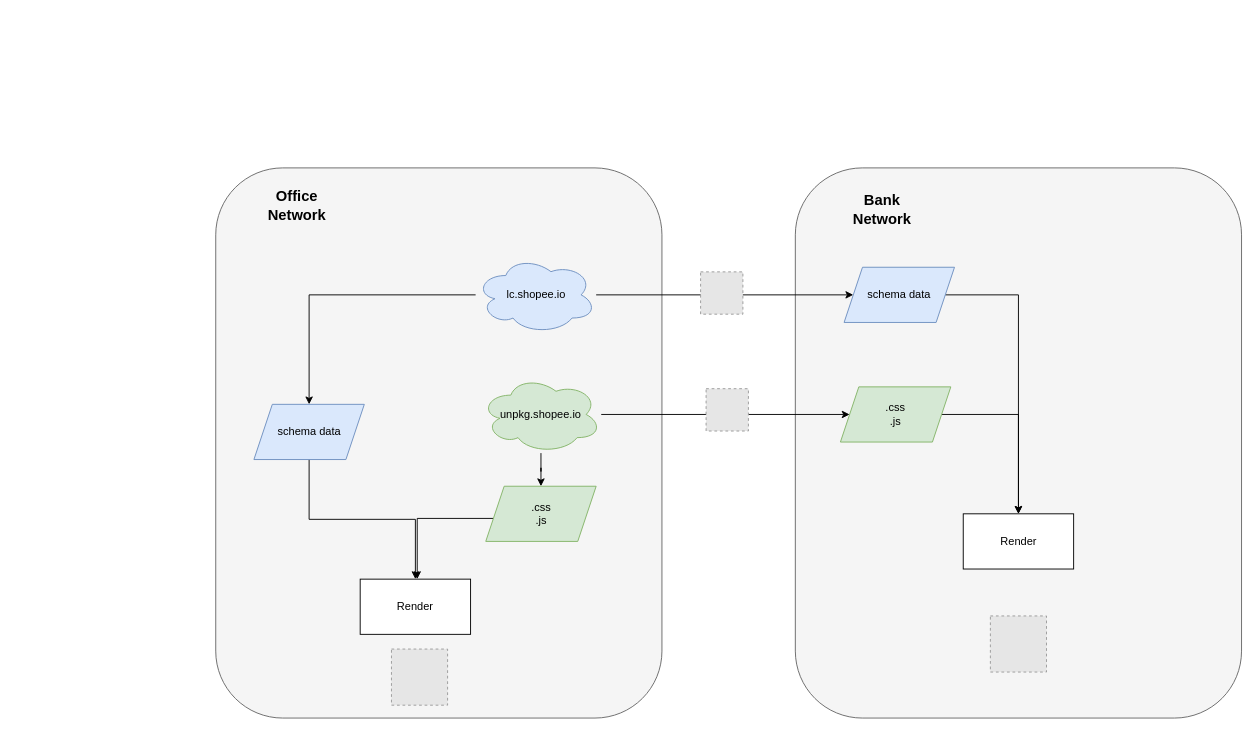
This is banking.drawio from Zsynuting/diagram, a draw.io file, before an edit. Source tidied: cells renumbered, new cells numbered last; positions are measured from the earlier drawing's top-left corner, leaving out a move shared by most shapes. Both pictures are drawn from the tidied source at 92%, with x=0, y=0 at pixel (215, 167). Pictures stored in the file or linked from it are replaced by grey dashed boxes.
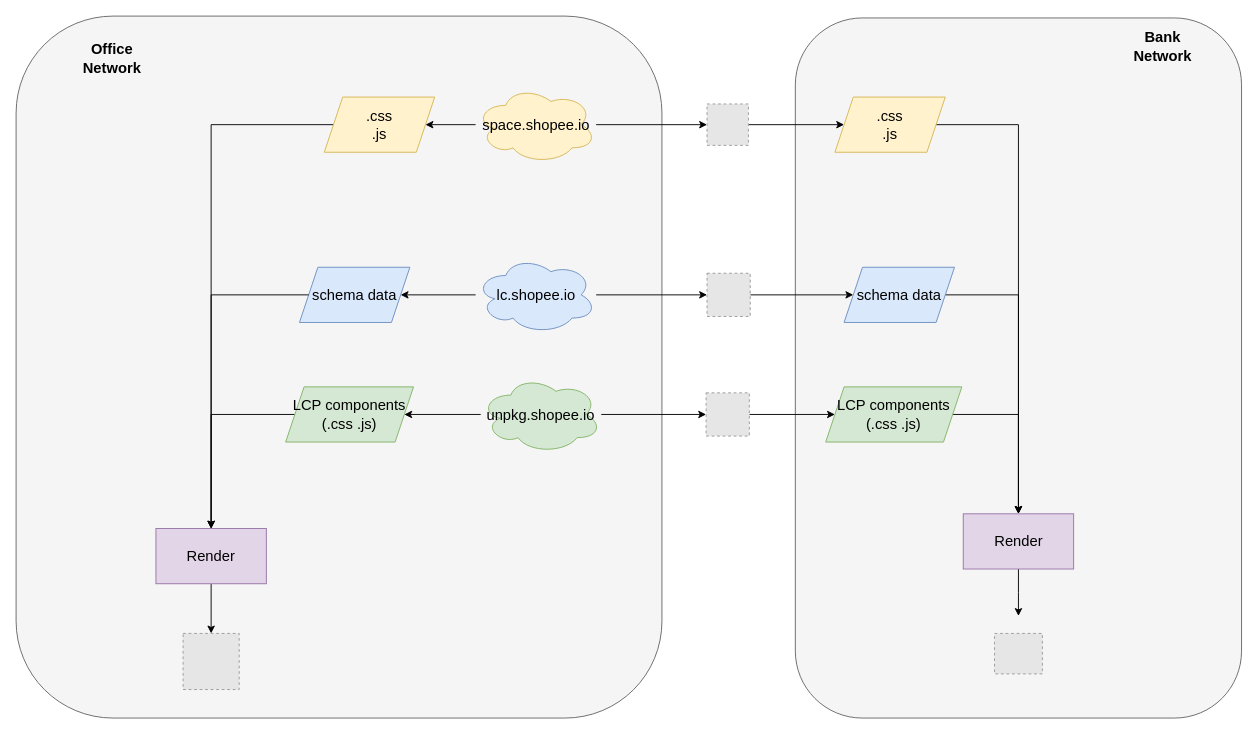
Above is the later version.

Diff of the diagram source:
```diff
@@
     <mxCell id="2" style="rounded=1;whiteSpace=wrap;html=1;fillColor=#f5f5f5;fontColor=#333333;strokeColor=#666666;" parent="1" vertex="1">
-      <mxGeometry x="630" width="485" height="598" as="geometry" />
+      <mxGeometry x="630" y="-163" width="485" height="761" as="geometry" />
     </mxCell>
     <mxCell id="3" style="rounded=1;whiteSpace=wrap;html=1;fillColor=#f5f5f5;fontColor=#333333;strokeColor=#666666;" parent="1" vertex="1">
-      <mxGeometry width="485" height="598" as="geometry" />
+      <mxGeometry x="-217" y="-165" width="702" height="763" as="geometry" />
     </mxCell>
     <mxCell id="4" value="&lt;b&gt;&lt;font style=&quot;font-size: 16px;&quot;&gt;Office Network&lt;/font&gt;&lt;/b&gt;" style="text;html=1;strokeColor=none;fillColor=none;align=center;verticalAlign=middle;whiteSpace=wrap;rounded=0;" parent="1" vertex="1">
-      <mxGeometry x="43" y="25" width="91" height="31" as="geometry" />
+      <mxGeometry x="-158" y="-135" width="91" height="31" as="geometry" />
     </mxCell>
@@
-    <mxCell id="6" style="edgeStyle=orthogonalEdgeStyle;rounded=0;jettySize=auto;html=1;" parent="1" edge="1" source="7" target="19">
+    <mxCell id="6" style="edgeStyle=orthogonalEdgeStyle;rounded=0;jettySize=auto;html=1;" parent="1" edge="1" source="36" target="19">
       <mxGeometry relative="1" as="geometry" />
     </mxCell>
-    <mxCell id="7" value="lc.shopee.io" style="ellipse;shape=cloud;whiteSpace=wrap;html=1;fillColor=#dae8fc;strokeColor=#6c8ebf;" parent="1" vertex="1">
+    <mxCell id="7" value="lc.shopee.io" style="ellipse;shape=cloud;whiteSpace=wrap;html=1;fillColor=#dae8fc;strokeColor=#6c8ebf;fontSize=16;" parent="1" vertex="1">
       <mxGeometry x="282.5" y="96" width="131" height="84" as="geometry" />
     </mxCell>
@@
-    <mxCell id="9" style="edgeStyle=orthogonalEdgeStyle;rounded=0;jettySize=auto;html=1;" parent="1" edge="1" source="10" target="21">
+    <mxCell id="9" style="edgeStyle=orthogonalEdgeStyle;rounded=0;jettySize=auto;html=1;" parent="1" edge="1" source="34" target="21">
       <mxGeometry relative="1" as="geometry" />
     </mxCell>
-    <mxCell id="10" value="unpkg.shopee.io" style="ellipse;shape=cloud;whiteSpace=wrap;html=1;fillColor=#d5e8d4;strokeColor=#82b366;" parent="1" vertex="1">
+    <mxCell id="10" value="unpkg.shopee.io" style="ellipse;shape=cloud;whiteSpace=wrap;html=1;fillColor=#d5e8d4;strokeColor=#82b366;fontSize=16;" parent="1" vertex="1">
       <mxGeometry x="288" y="226" width="131" height="84" as="geometry" />
     </mxCell>
-    <mxCell id="11" style="edgeStyle=orthogonalEdgeStyle;rounded=0;jettySize=auto;html=1;" parent="1" edge="1" source="12" target="15">
-      <mxGeometry relative="1" as="geometry">
-        <Array as="points">
-          <mxPoint x="353" y="381" />
-          <mxPoint x="219" y="381" />
-        </Array>
-      </mxGeometry>
-    </mxCell>
-    <mxCell id="12" value=".css&lt;br&gt;.js" style="shape=parallelogram;perimeter=parallelogramPerimeter;whiteSpace=wrap;html=1;fixedSize=1;fillColor=#d5e8d4;strokeColor=#82b366;" parent="1" vertex="1">
-      <mxGeometry x="293.5" y="346" width="120" height="60" as="geometry" />
-    </mxCell>
-    <mxCell id="13" style="edgeStyle=orthogonalEdgeStyle;rounded=0;jettySize=auto;html=1;" parent="1" edge="1" source="14" target="15">
+    <mxCell id="13" style="edgeStyle=orthogonalEdgeStyle;rounded=0;jettySize=auto;html=1;" parent="1" edge="1" source="12" target="15">
       <mxGeometry relative="1" as="geometry" />
     </mxCell>
-    <mxCell id="14" value="schema data" style="shape=parallelogram;perimeter=parallelogramPerimeter;whiteSpace=wrap;html=1;fixedSize=1;fillColor=#dae8fc;strokeColor=#6c8ebf;" parent="1" vertex="1">
-      <mxGeometry x="41.5" y="257" width="120" height="60" as="geometry" />
+    <mxCell id="14" value="&lt;font style=&quot;font-size: 16px;&quot;&gt;schema data&lt;/font&gt;" style="shape=parallelogram;perimeter=parallelogramPerimeter;whiteSpace=wrap;html=1;fixedSize=1;fillColor=#dae8fc;strokeColor=#6c8ebf;" parent="1" vertex="1">
+      <mxGeometry x="91" y="108" width="120" height="60" as="geometry" />
     </mxCell>
+    <mxCell id="26" style="edgeStyle=orthogonalEdgeStyle;rounded=0;jettySize=auto;html=1;" parent="1" edge="1" source="15" target="17">
+      <mxGeometry relative="1" as="geometry" />
+    </mxCell>
-    <mxCell id="15" value="Render" style="rounded=0;whiteSpace=wrap;html=1;" parent="1" vertex="1">
-      <mxGeometry x="157" y="447" width="120" height="60" as="geometry" />
+    <mxCell id="15" value="Render" style="rounded=0;whiteSpace=wrap;html=1;fontSize=16;fillColor=#e1d5e7;strokeColor=#9673a6;" parent="1" vertex="1">
+      <mxGeometry x="-65" y="392" width="120" height="60" as="geometry" />
     </mxCell>
     <mxCell id="16" value="&lt;b&gt;&lt;font style=&quot;font-size: 16px;&quot;&gt;Bank Network&lt;/font&gt;&lt;/b&gt;" style="text;html=1;strokeColor=none;fillColor=none;align=center;verticalAlign=middle;whiteSpace=wrap;rounded=0;" parent="1" vertex="1">
-      <mxGeometry x="679" y="29" width="91" height="31" as="geometry" />
+      <mxGeometry x="984" y="-148" width="91" height="31" as="geometry" />
     </mxCell>
     <mxCell id="17" style="fillColor=#E6E6E6;strokeColor=#999999;dashed=1;verticalLabelPosition=bottom;labelBackgroundColor=default;verticalAlign=top;" parent="1" vertex="1">
-      <mxGeometry x="191" y="523" width="61" height="61" as="geometry" />
+      <mxGeometry x="-35.5" y="506" width="61" height="61" as="geometry" />
     </mxCell>
@@
-    <mxCell id="19" value="schema data" style="shape=parallelogram;perimeter=parallelogramPerimeter;whiteSpace=wrap;html=1;fixedSize=1;fillColor=#dae8fc;strokeColor=#6c8ebf;" parent="1" vertex="1">
+    <mxCell id="19" value="&lt;font style=&quot;font-size: 16px;&quot;&gt;schema data&lt;/font&gt;" style="shape=parallelogram;perimeter=parallelogramPerimeter;whiteSpace=wrap;html=1;fixedSize=1;fillColor=#dae8fc;strokeColor=#6c8ebf;fontSize=16;" parent="1" vertex="1">
       <mxGeometry x="683" y="108" width="120" height="60" as="geometry" />
     </mxCell>
@@
-    <mxCell id="21" value=".css&lt;br&gt;.js" style="shape=parallelogram;perimeter=parallelogramPerimeter;whiteSpace=wrap;html=1;fixedSize=1;fillColor=#d5e8d4;strokeColor=#82b366;" parent="1" vertex="1">
-      <mxGeometry x="679" y="238" width="120" height="60" as="geometry" />
+    <mxCell id="21" value="&lt;font style=&quot;font-size: 16px;&quot;&gt;LCP components&lt;br style=&quot;border-color: var(--border-color); font-size: 16px;&quot;&gt;(.css .js)&lt;/font&gt;" style="shape=parallelogram;perimeter=parallelogramPerimeter;whiteSpace=wrap;html=1;fixedSize=1;fillColor=#d5e8d4;strokeColor=#82b366;fontSize=16;" parent="1" vertex="1">
+      <mxGeometry x="663" y="238" width="148" height="60" as="geometry" />
     </mxCell>
+    <mxCell id="27" style="edgeStyle=orthogonalEdgeStyle;rounded=0;jettySize=auto;html=1;" parent="1" edge="1" source="22">
+      <mxGeometry relative="1" as="geometry">
+        <mxPoint x="872.5" y="487" as="targetPoint" />
+      </mxGeometry>
+    </mxCell>
-    <mxCell id="22" value="Render" style="rounded=0;whiteSpace=wrap;html=1;" parent="1" vertex="1">
+    <mxCell id="22" value="Render" style="rounded=0;whiteSpace=wrap;html=1;fontSize=16;fillColor=#e1d5e7;strokeColor=#9673a6;" parent="1" vertex="1">
       <mxGeometry x="812.5" y="376" width="120" height="60" as="geometry" />
     </mxCell>
-    <mxCell id="23" style="fillColor=#E6E6E6;strokeColor=#999999;dashed=1;verticalLabelPosition=bottom;labelBackgroundColor=default;verticalAlign=top;" parent="1" vertex="1">
-      <mxGeometry x="842" y="487" width="61" height="61" as="geometry" />
-    </mxCell>
-    <mxCell id="24" style="fillColor=#E6E6E6;strokeColor=#999999;dashed=1;verticalLabelPosition=bottom;labelBackgroundColor=default;verticalAlign=top;" parent="1" vertex="1">
-      <mxGeometry x="527" y="113" width="46" height="46" as="geometry" />
-    </mxCell>
-    <mxCell id="25" style="fillColor=#E6E6E6;strokeColor=#999999;dashed=1;verticalLabelPosition=bottom;labelBackgroundColor=default;verticalAlign=top;" parent="1" vertex="1">
-      <mxGeometry x="533" y="240" width="46" height="46" as="geometry" />
-    </mxCell>
+    <mxCell id="28" style="edgeStyle=orthogonalEdgeStyle;rounded=0;jettySize=auto;html=1;" parent="1" edge="1" source="30" target="32">
+      <mxGeometry relative="1" as="geometry" />
+    </mxCell>
+    <mxCell id="29" style="edgeStyle=orthogonalEdgeStyle;rounded=0;jettySize=auto;html=1;" parent="1" edge="1" source="30" target="41">
+      <mxGeometry relative="1" as="geometry" />
+    </mxCell>
+    <mxCell id="30" value="space.shopee.io" style="ellipse;shape=cloud;whiteSpace=wrap;html=1;fillColor=#fff2cc;strokeColor=#d6b656;fontSize=16;" parent="1" vertex="1">
+      <mxGeometry x="282.5" y="-89" width="131" height="84" as="geometry" />
+    </mxCell>
+    <mxCell id="31" style="edgeStyle=orthogonalEdgeStyle;rounded=0;jettySize=auto;html=1;" parent="1" edge="1" source="32" target="38">
+      <mxGeometry relative="1" as="geometry" />
+    </mxCell>
+    <mxCell id="32" style="fillColor=#E6E6E6;strokeColor=#999999;dashed=1;verticalLabelPosition=bottom;labelBackgroundColor=default;verticalAlign=top;" parent="1" vertex="1">
+      <mxGeometry x="534" y="-69.5" width="45" height="45" as="geometry" />
+    </mxCell>
+    <mxCell id="33" style="edgeStyle=orthogonalEdgeStyle;rounded=0;jettySize=auto;html=1;" parent="1" edge="1" source="10" target="34">
+      <mxGeometry relative="1" as="geometry" />
+    </mxCell>
+    <mxCell id="34" style="fillColor=#E6E6E6;strokeColor=#999999;dashed=1;verticalLabelPosition=bottom;labelBackgroundColor=default;verticalAlign=top;" parent="1" vertex="1">
+      <mxGeometry x="533" y="244.5" width="47" height="47" as="geometry" />
+    </mxCell>
+    <mxCell id="35" style="edgeStyle=orthogonalEdgeStyle;rounded=0;jettySize=auto;html=1;" parent="1" edge="1" source="7" target="36">
+      <mxGeometry relative="1" as="geometry" />
+    </mxCell>
+    <mxCell id="36" style="fillColor=#E6E6E6;strokeColor=#999999;dashed=1;verticalLabelPosition=bottom;labelBackgroundColor=default;verticalAlign=top;" parent="1" vertex="1">
+      <mxGeometry x="534" y="114.5" width="47" height="47" as="geometry" />
+    </mxCell>
+    <mxCell id="37" style="edgeStyle=orthogonalEdgeStyle;rounded=0;jettySize=auto;html=1;" parent="1" edge="1" source="38" target="22">
+      <mxGeometry relative="1" as="geometry" />
+    </mxCell>
+    <mxCell id="38" value=".css&lt;br style=&quot;font-size: 16px;&quot;&gt;.js" style="shape=parallelogram;perimeter=parallelogramPerimeter;whiteSpace=wrap;html=1;fixedSize=1;fillColor=#fff2cc;strokeColor=#d6b656;fontSize=16;" parent="1" vertex="1">
+      <mxGeometry x="673" y="-77" width="120" height="60" as="geometry" />
+    </mxCell>
+    <mxCell id="39" style="edgeStyle=orthogonalEdgeStyle;rounded=0;jettySize=auto;html=1;" parent="1" edge="1" source="14" target="15">
+      <mxGeometry relative="1" as="geometry" />
+    </mxCell>
+    <mxCell id="12" value="&lt;font style=&quot;font-size: 16px;&quot;&gt;LCP components&lt;br&gt;(.css .js)&lt;/font&gt;" style="shape=parallelogram;perimeter=parallelogramPerimeter;whiteSpace=wrap;html=1;fixedSize=1;fillColor=#d5e8d4;strokeColor=#82b366;" parent="1" vertex="1">
+      <mxGeometry x="76" y="238" width="139" height="60" as="geometry" />
+    </mxCell>
+    <mxCell id="40" style="edgeStyle=orthogonalEdgeStyle;rounded=0;jettySize=auto;html=1;" parent="1" edge="1" source="41" target="15">
+      <mxGeometry relative="1" as="geometry" />
+    </mxCell>
+    <mxCell id="41" value="&lt;font style=&quot;font-size: 16px;&quot;&gt;.css&lt;br&gt;.js&lt;/font&gt;" style="shape=parallelogram;perimeter=parallelogramPerimeter;whiteSpace=wrap;html=1;fixedSize=1;fillColor=#fff2cc;strokeColor=#d6b656;" parent="1" vertex="1">
+      <mxGeometry x="118" y="-77" width="120" height="60" as="geometry" />
+    </mxCell>
+    <mxCell id="42" style="fillColor=#E6E6E6;strokeColor=#999999;dashed=1;verticalLabelPosition=bottom;labelBackgroundColor=default;verticalAlign=top;" parent="1" vertex="1">
+      <mxGeometry x="846.5" y="506" width="52" height="44" as="geometry" />
+    </mxCell>
```
